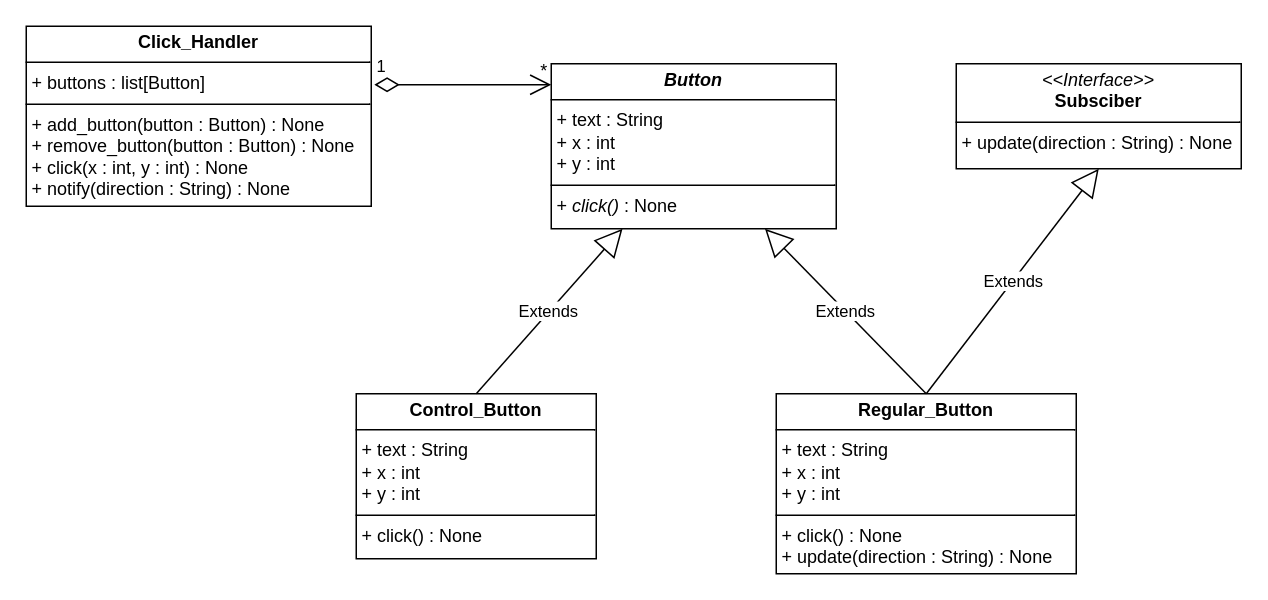
This is Untitled Diagram.drawio from Owenyx/CS3610-Final, a draw.io file, before an edit. Source tidied: cells renumbered, new cells numbered last; positions are measured from the earlier drawing's top-left corner, leaving out a move shared by most shapes. Both pictures are drawn from the tidied source at 150%, with x=0, y=0 at pixel (26, 26).
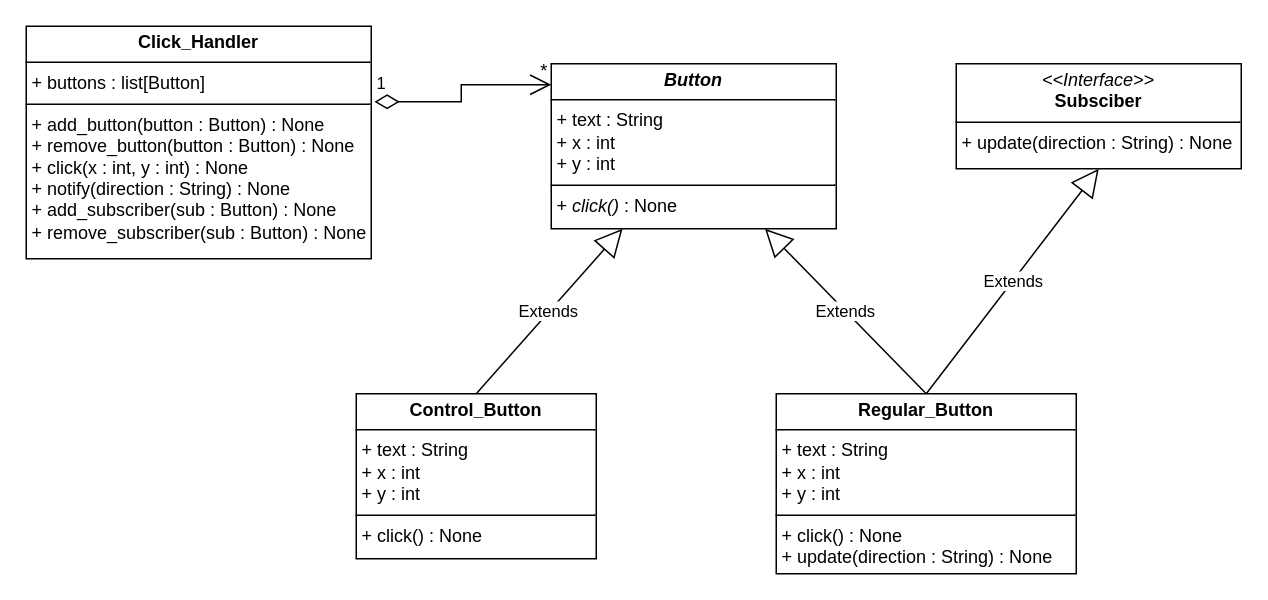
After the change.

The edit, as a diff of the source:
```diff
@@
 <mxGraphModel>
   <root>
     <mxCell id="0" />
     <mxCell id="1" parent="0" />
     <mxCell id="2" value="&lt;p style=&quot;margin:0px;margin-top:4px;text-align:center;&quot;&gt;&lt;b&gt;&lt;i&gt;Button&lt;/i&gt;&lt;/b&gt;&lt;/p&gt;&lt;hr size=&quot;1&quot; style=&quot;border-style:solid;&quot;&gt;&lt;p style=&quot;margin:0px;margin-left:4px;&quot;&gt;+ text : String&lt;/p&gt;&lt;p style=&quot;margin:0px;margin-left:4px;&quot;&gt;+ x : int&lt;/p&gt;&lt;p style=&quot;margin:0px;margin-left:4px;&quot;&gt;+ y : int&lt;/p&gt;&lt;hr size=&quot;1&quot; style=&quot;border-style:solid;&quot;&gt;&lt;p style=&quot;margin:0px;margin-left:4px;&quot;&gt;+ &lt;i&gt;click()&amp;nbsp;&lt;/i&gt;: None&lt;/p&gt;" style="verticalAlign=top;align=left;overflow=fill;html=1;whiteSpace=wrap;" parent="1" vertex="1">
       <mxGeometry x="350" y="25" width="190" height="110" as="geometry" />
     </mxCell>
-    <mxCell id="3" value="&lt;p style=&quot;margin:0px;margin-top:4px;text-align:center;&quot;&gt;&lt;b&gt;Click_Handler&lt;/b&gt;&lt;/p&gt;&lt;hr size=&quot;1&quot; style=&quot;border-style:solid;&quot;&gt;&lt;p style=&quot;margin:0px;margin-left:4px;&quot;&gt;+ buttons : list[Button]&lt;/p&gt;&lt;hr size=&quot;1&quot; style=&quot;border-style:solid;&quot;&gt;&lt;p style=&quot;margin:0px;margin-left:4px;&quot;&gt;+ add_button(button : Button) : None&lt;/p&gt;&lt;p style=&quot;margin:0px;margin-left:4px;&quot;&gt;+ remove_button(button : Button) : None&lt;/p&gt;&lt;p style=&quot;margin:0px;margin-left:4px;&quot;&gt;+ click(x : int, y : int) : None&lt;/p&gt;&lt;p style=&quot;margin:0px;margin-left:4px;&quot;&gt;+ notify(direction : String) : None&lt;/p&gt;" style="verticalAlign=top;align=left;overflow=fill;html=1;whiteSpace=wrap;" parent="1" vertex="1">
-      <mxGeometry width="230" height="120" as="geometry" />
+    <mxCell id="3" value="&lt;p style=&quot;margin:0px;margin-top:4px;text-align:center;&quot;&gt;&lt;b&gt;Click_Handler&lt;/b&gt;&lt;/p&gt;&lt;hr size=&quot;1&quot; style=&quot;border-style:solid;&quot;&gt;&lt;p style=&quot;margin:0px;margin-left:4px;&quot;&gt;+ buttons : list[Button]&lt;/p&gt;&lt;hr size=&quot;1&quot; style=&quot;border-style:solid;&quot;&gt;&lt;p style=&quot;margin:0px;margin-left:4px;&quot;&gt;+ add_button(button : Button) : None&lt;/p&gt;&lt;p style=&quot;margin:0px;margin-left:4px;&quot;&gt;+ remove_button(button : Button) : None&lt;/p&gt;&lt;p style=&quot;margin:0px;margin-left:4px;&quot;&gt;+ click(x : int, y : int) : None&lt;/p&gt;&lt;p style=&quot;margin:0px;margin-left:4px;&quot;&gt;+ notify(direction : String) : None&lt;/p&gt;&lt;p style=&quot;margin:0px;margin-left:4px;&quot;&gt;+ add_subscriber(sub : Button) : None&lt;/p&gt;&lt;p style=&quot;margin:0px;margin-left:4px;&quot;&gt;+ remove_subscriber(sub : Button) : None&lt;/p&gt;" style="verticalAlign=top;align=left;overflow=fill;html=1;whiteSpace=wrap;" parent="1" vertex="1">
+      <mxGeometry width="230" height="155" as="geometry" />
     </mxCell>
     <mxCell id="4" value="&lt;p style=&quot;margin:0px;margin-top:4px;text-align:center;&quot;&gt;&lt;i&gt;&amp;lt;&amp;lt;Interface&amp;gt;&amp;gt;&lt;/i&gt;&lt;br&gt;&lt;b&gt;Subsciber&lt;/b&gt;&lt;/p&gt;&lt;hr size=&quot;1&quot; style=&quot;border-style:solid;&quot;&gt;&lt;p style=&quot;margin:0px;margin-left:4px;&quot;&gt;+ update(direction : String) : None&lt;/p&gt;" style="verticalAlign=top;align=left;overflow=fill;html=1;whiteSpace=wrap;" parent="1" vertex="1">
       <mxGeometry x="620" y="25" width="190" height="70" as="geometry" />
     </mxCell>
     <mxCell id="5" value="&lt;p style=&quot;margin:0px;margin-top:4px;text-align:center;&quot;&gt;&lt;b&gt;Control_Button&lt;/b&gt;&lt;/p&gt;&lt;hr size=&quot;1&quot; style=&quot;border-style:solid;&quot;&gt;&lt;p style=&quot;margin: 0px 0px 0px 4px;&quot;&gt;+ text : String&lt;/p&gt;&lt;p style=&quot;margin: 0px 0px 0px 4px;&quot;&gt;+ x : int&lt;/p&gt;&lt;p style=&quot;margin: 0px 0px 0px 4px;&quot;&gt;+ y : int&lt;/p&gt;&lt;hr style=&quot;border-style: solid;&quot; size=&quot;1&quot;&gt;&lt;p style=&quot;margin: 0px 0px 0px 4px;&quot;&gt;+&amp;nbsp;click()&amp;nbsp;: None&lt;/p&gt;" style="verticalAlign=top;align=left;overflow=fill;html=1;whiteSpace=wrap;" parent="1" vertex="1">
       <mxGeometry x="220" y="245" width="160" height="110" as="geometry" />
     </mxCell>
     <mxCell id="6" value="&lt;p style=&quot;margin:0px;margin-top:4px;text-align:center;&quot;&gt;&lt;b&gt;Regular_Button&lt;/b&gt;&lt;/p&gt;&lt;hr size=&quot;1&quot; style=&quot;border-style:solid;&quot;&gt;&lt;p style=&quot;margin: 0px 0px 0px 4px;&quot;&gt;+ text : String&lt;/p&gt;&lt;p style=&quot;margin: 0px 0px 0px 4px;&quot;&gt;+ x : int&lt;/p&gt;&lt;p style=&quot;margin: 0px 0px 0px 4px;&quot;&gt;+ y : int&lt;/p&gt;&lt;hr style=&quot;border-style: solid;&quot; size=&quot;1&quot;&gt;&lt;p style=&quot;margin: 0px 0px 0px 4px;&quot;&gt;+&amp;nbsp;click()&amp;nbsp;: None&lt;/p&gt;&lt;p style=&quot;margin: 0px 0px 0px 4px;&quot;&gt;+ update(direction : String) : None&lt;/p&gt;" style="verticalAlign=top;align=left;overflow=fill;html=1;whiteSpace=wrap;" parent="1" vertex="1">
       <mxGeometry x="500" y="245" width="200" height="120" as="geometry" />
     </mxCell>
     <mxCell id="7" value="Extends" style="endArrow=block;endSize=16;endFill=0;html=1;rounded=0;exitX=0.5;exitY=0;exitDx=0;exitDy=0;entryX=0.25;entryY=1;entryDx=0;entryDy=0;" parent="1" edge="1" source="5" target="2">
       <mxGeometry relative="1" as="geometry" />
     </mxCell>
     <mxCell id="8" value="Extends" style="endArrow=block;endSize=16;endFill=0;html=1;rounded=0;exitX=0.5;exitY=0;exitDx=0;exitDy=0;entryX=0.75;entryY=1;entryDx=0;entryDy=0;" parent="1" edge="1" source="6" target="2">
       <mxGeometry relative="1" as="geometry" />
     </mxCell>
     <mxCell id="9" value="Extends" style="endArrow=block;endSize=16;endFill=0;html=1;rounded=0;exitX=0.5;exitY=0;exitDx=0;exitDy=0;entryX=0.5;entryY=1;entryDx=0;entryDy=0;" parent="1" edge="1" source="6" target="4">
       <mxGeometry relative="1" as="geometry" />
     </mxCell>
     <mxCell id="10" value="1" style="endArrow=open;html=1;endSize=12;startArrow=diamondThin;startSize=14;startFill=0;edgeStyle=orthogonalEdgeStyle;align=left;verticalAlign=bottom;rounded=0;exitX=1.009;exitY=0.325;exitDx=0;exitDy=0;exitPerimeter=0;entryX=0;entryY=0.127;entryDx=0;entryDy=0;entryPerimeter=0;" parent="1" edge="1" source="3" target="2">
       <mxGeometry x="-1" y="3" relative="1" as="geometry" />
     </mxCell>
     <mxCell id="11" value="*" style="text;html=1;align=center;verticalAlign=middle;strokeColor=none;fillColor=none;" parent="1" vertex="1">
       <mxGeometry x="330" y="15" width="30" height="30" as="geometry" />
     </mxCell>
   </root>
 </mxGraphModel>
```
